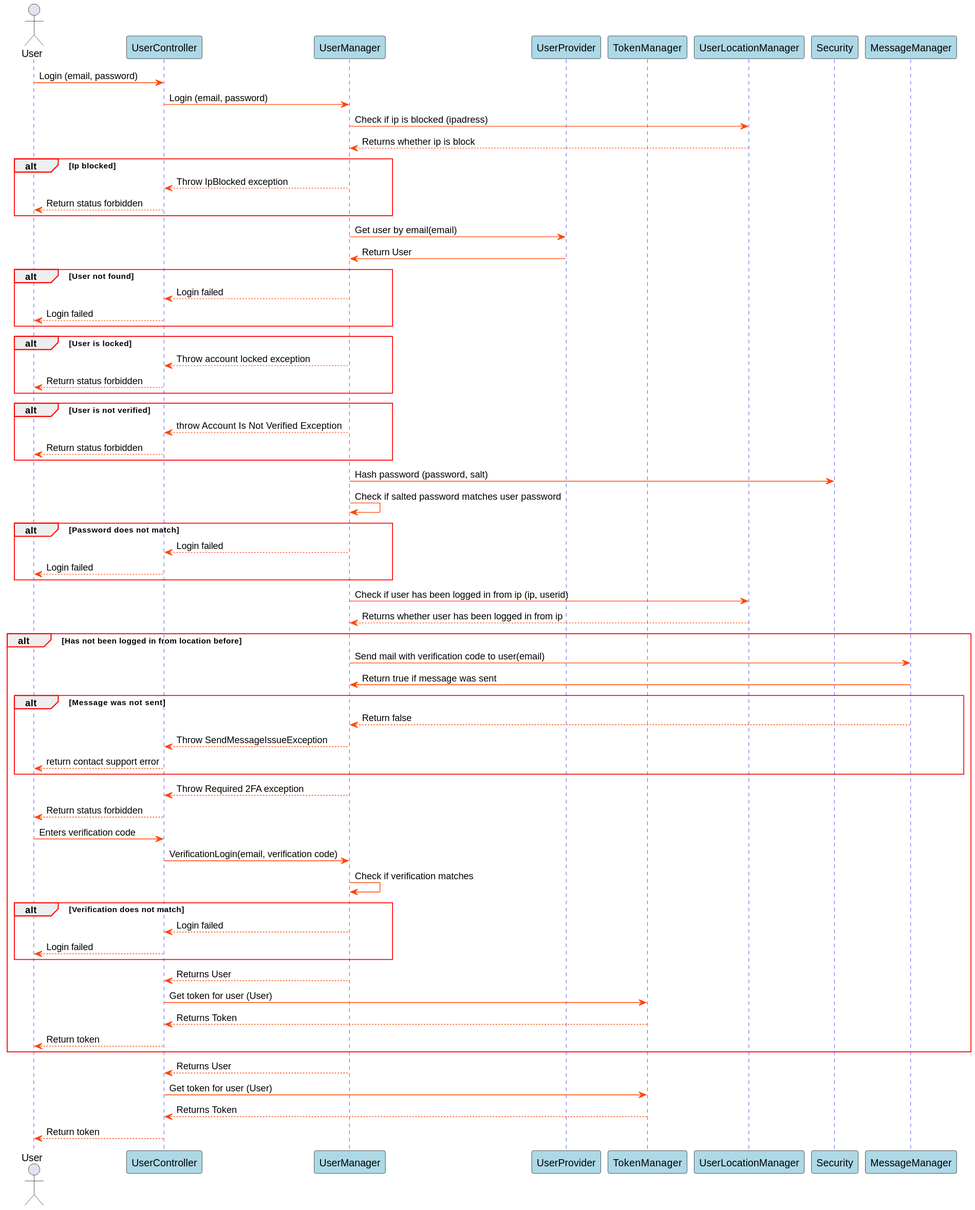
Before: Docs/out/SDDiagrams/LoginSD/Login SD.svg, a diagram exported from PlantUML (blackout1471/trust-us-school).
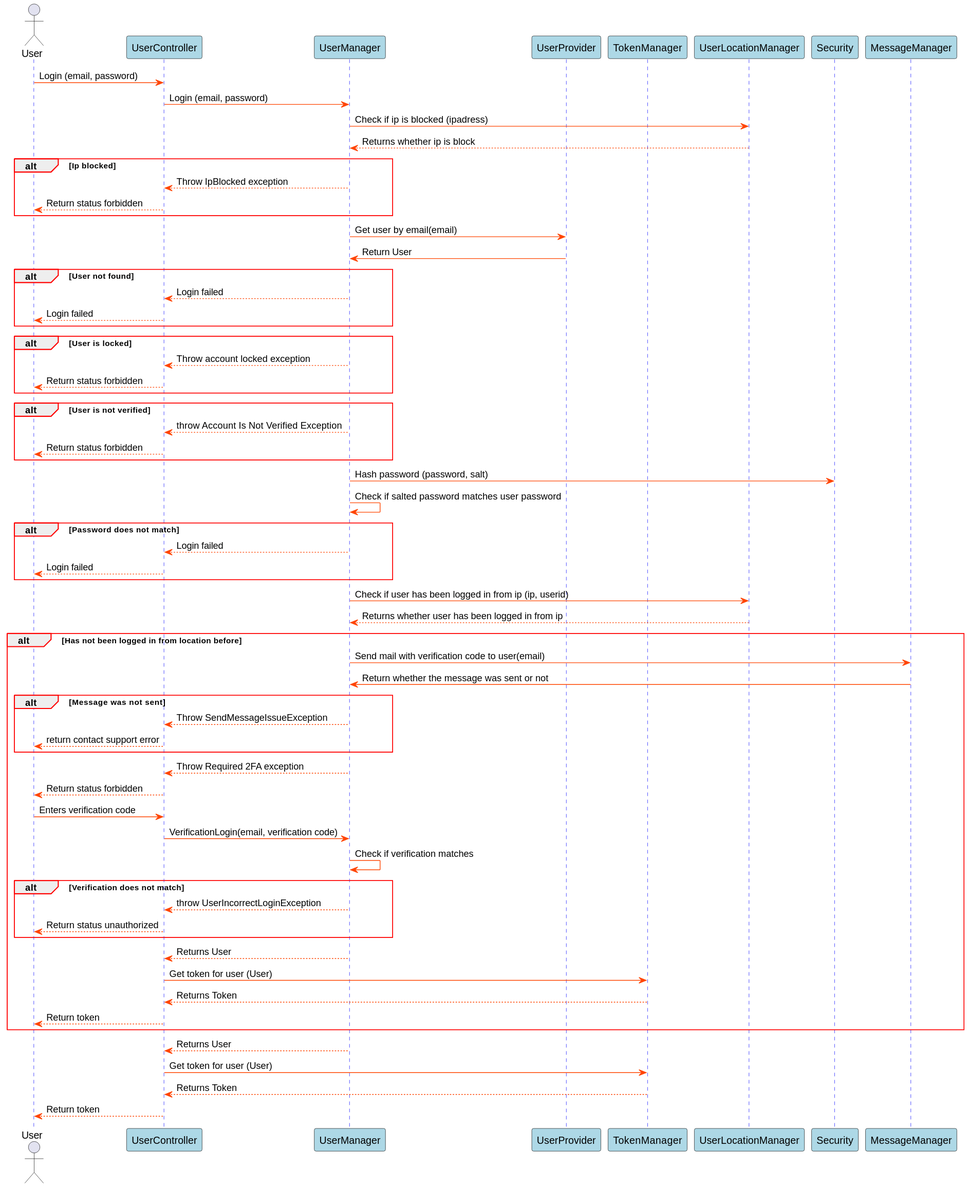
After the change.

Commit message:
updated SD for create user and login

The edit, as a diff of the source:
```diff
@@ -71,9 +71,9 @@
 alt Has not been logged in from location before
 
 UserManager->MessageManager: Send mail with verification code to user(email)
-MessageManager->UserManager: Return true if message was sent
+MessageManager->UserManager: Return whether the message was sent or not
 alt Message was not sent
-MessageManager-->UserManager: Return false
+
 UserManager --> UserController: Throw SendMessageIssueException
 UserController --> User: return contact support error
 end
@@ -84,8 +84,8 @@
 UserManager->UserManager: Check if verification matches
 alt Verification does not match
 
-UserManager-->UserController: Login failed
-UserController-->User: Login failed
+UserManager-->UserController: throw UserIncorrectLoginException
+UserController-->User: Return status unauthorized
 
 end
 UserManager-->UserController: Returns User
```
